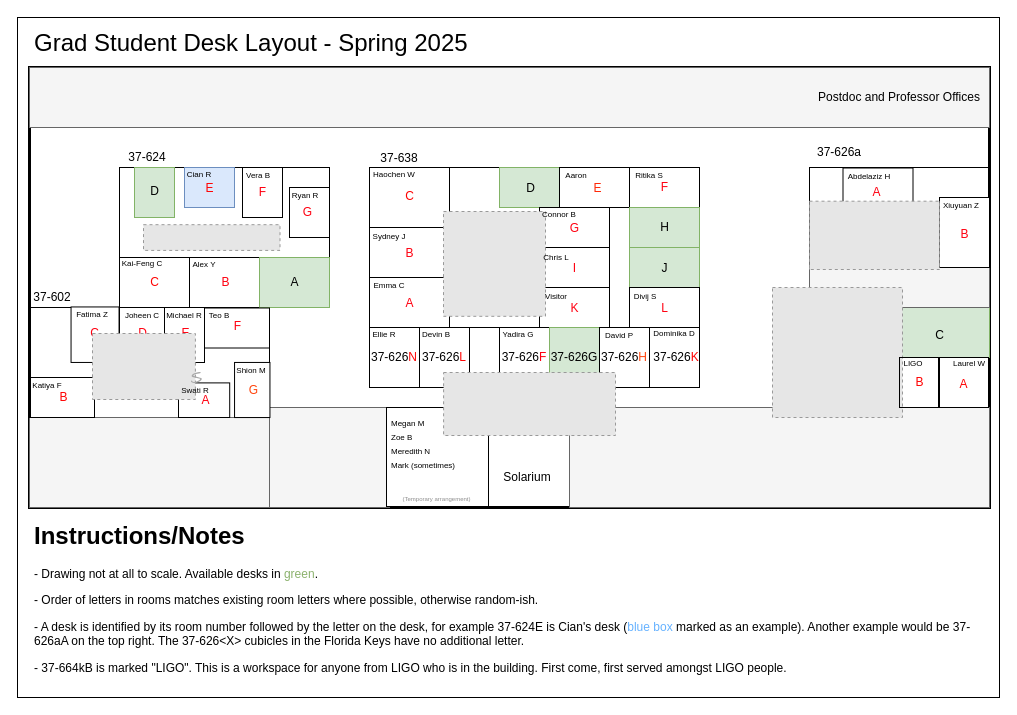
This is floorplan.drawio from CianMRoche/DeskCzar, a draw.io file, before an edit. Source tidied: cells renumbered, new cells numbered last; positions are measured from the earlier drawing's top-left corner, leaving out a move shared by most shapes. Both pictures are drawn from the tidied source at 100%, with x=0, y=0 at pixel (17, 17). Pictures stored in the file or linked from it are replaced by grey dashed boxes.
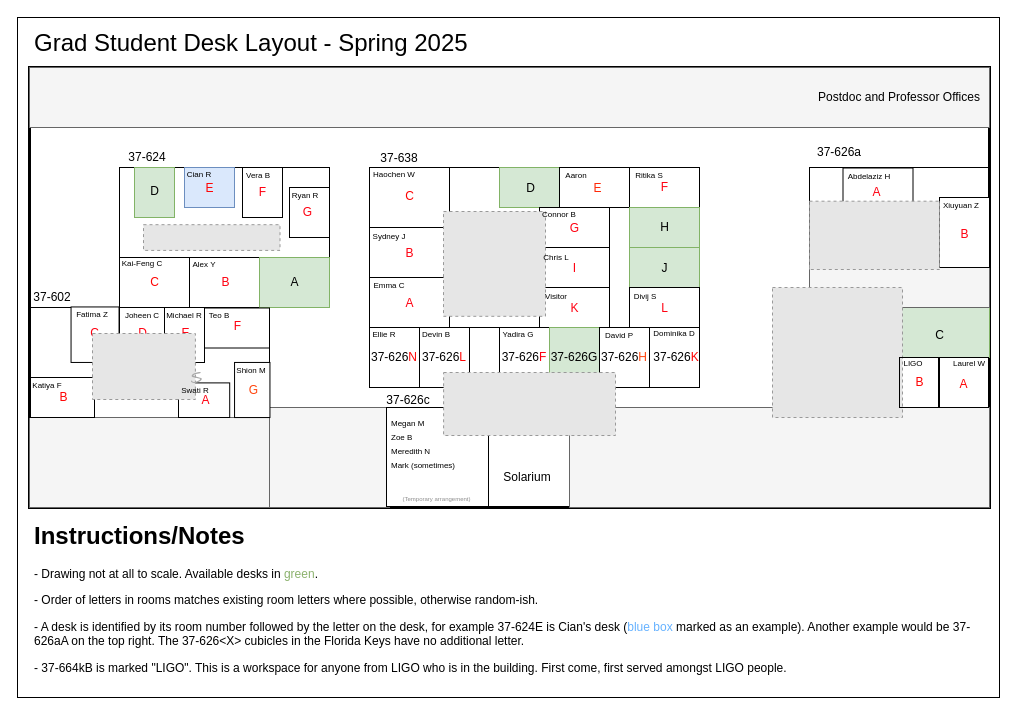
Above is the later version.

Change to the diagram source:
```diff
@@
+    <mxCell id="139" value="37-626c" style="text;html=1;strokeColor=none;fillColor=none;align=center;verticalAlign=middle;whiteSpace=wrap;rounded=0;" parent="1" vertex="1">
+      <mxGeometry x="361" y="367.7" width="60" height="30" as="geometry" />
+    </mxCell>
```
